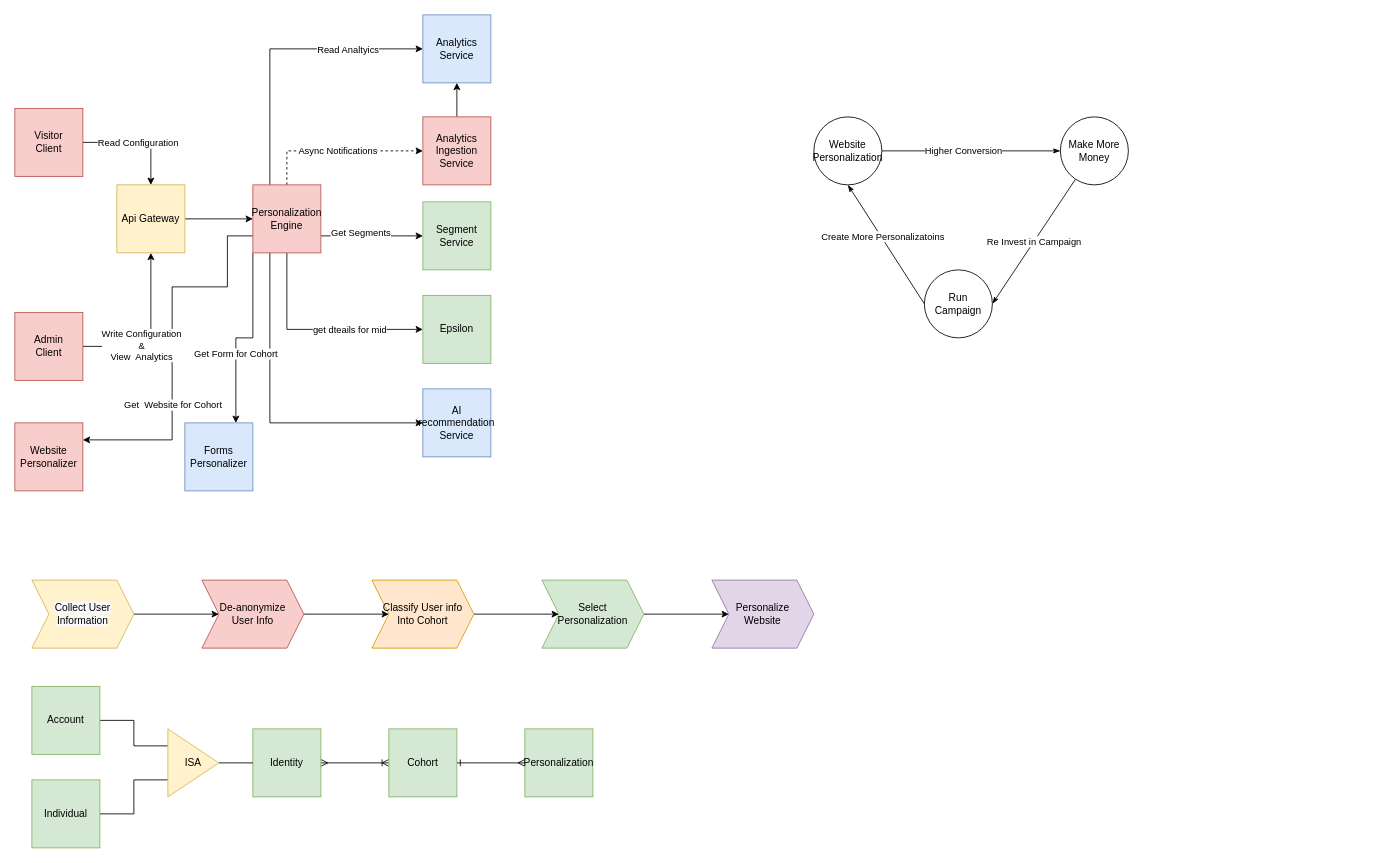
Earlier version of the draw.io diagram page "website personalization" (1 of 3) of Untitled Diagram.drawio (DogaCUlupinar/Compiler). Source tidied: cells renumbered, new cells numbered last; positions are measured from the earlier drawing's top-left corner, leaving out a move shared by most shapes. Both pictures are drawn from the tidied source at 85%, with x=0, y=0 at pixel (14, 14).
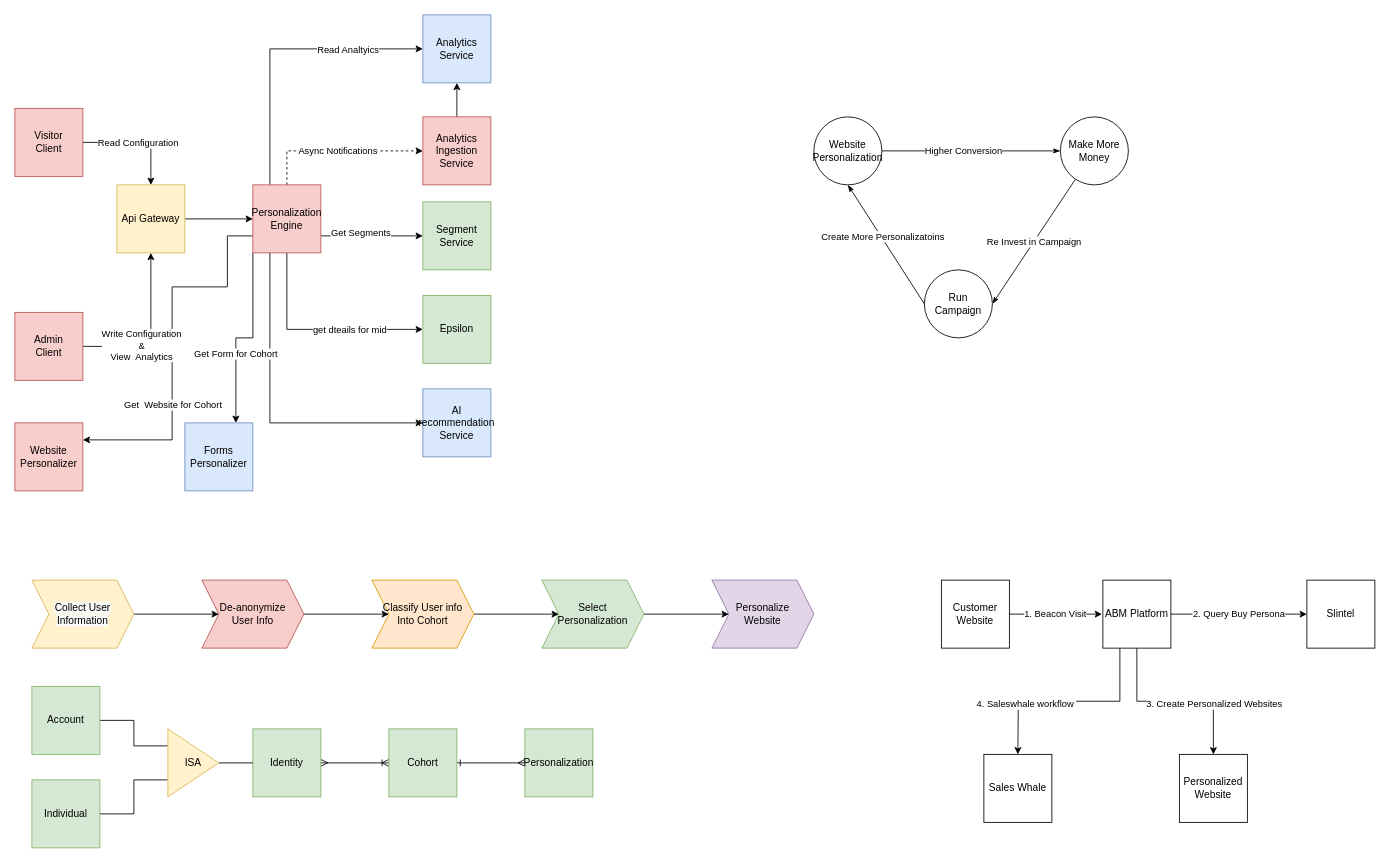
After the change.

Change to the diagram source:
```diff
@@
+    <mxCell id="59" value="1. Beacon Visit" style="edgeStyle=orthogonalEdgeStyle;rounded=0;orthogonalLoop=1;jettySize=auto;html=1;" parent="1" edge="1">
+      <mxGeometry relative="1" as="geometry">
+        <mxPoint x="1169" y="705" as="sourcePoint" />
+        <mxPoint x="1279" y="705" as="targetPoint" />
+      </mxGeometry>
+    </mxCell>
+    <mxCell id="60" value="Customer&lt;br&gt;Website" style="whiteSpace=wrap;html=1;" parent="1" vertex="1">
+      <mxGeometry x="1090" y="665" width="80" height="80" as="geometry" />
+    </mxCell>
+    <mxCell id="61" value="2. Query Buy Persona" style="edgeStyle=orthogonalEdgeStyle;rounded=0;jettySize=auto;html=1;" parent="1" edge="1" source="66" target="67">
+      <mxGeometry relative="1" as="geometry" />
+    </mxCell>
+    <mxCell id="62" style="edgeStyle=orthogonalEdgeStyle;rounded=0;jettySize=auto;html=1;exitX=0.5;exitY=1;exitDx=0;exitDy=0;" parent="1" edge="1" source="66" target="68">
+      <mxGeometry relative="1" as="geometry" />
+    </mxCell>
+    <mxCell id="63" value="3. Create Personalized Websites" style="edgeLabel;html=1;align=center;verticalAlign=middle;" parent="62" vertex="1">
+      <mxGeometry x="-0.11" y="2" relative="1" as="geometry">
+        <mxPoint x="57" y="5" as="offset" />
+      </mxGeometry>
+    </mxCell>
+    <mxCell id="64" style="edgeStyle=orthogonalEdgeStyle;rounded=0;jettySize=auto;html=1;exitX=0.25;exitY=1;exitDx=0;exitDy=0;" parent="1" edge="1" source="66">
+      <mxGeometry relative="1" as="geometry">
+        <mxPoint x="1180" y="870" as="targetPoint" />
+      </mxGeometry>
+    </mxCell>
+    <mxCell id="65" value="4. Saleswhale workflow&amp;nbsp;" style="edgeLabel;html=1;align=center;verticalAlign=middle;" parent="64" vertex="1">
+      <mxGeometry x="0.42" y="3" relative="1" as="geometry">
+        <mxPoint x="1" as="offset" />
+      </mxGeometry>
+    </mxCell>
+    <mxCell id="66" value="ABM Platform" style="whiteSpace=wrap;html=1;" parent="1" vertex="1">
+      <mxGeometry x="1280" y="665" width="80" height="80" as="geometry" />
+    </mxCell>
+    <mxCell id="67" value="Slintel" style="whiteSpace=wrap;html=1;" parent="1" vertex="1">
+      <mxGeometry x="1520" y="665" width="80" height="80" as="geometry" />
+    </mxCell>
+    <mxCell id="68" value="Personalized&lt;br&gt;Website" style="whiteSpace=wrap;html=1;" parent="1" vertex="1">
+      <mxGeometry x="1370" y="870" width="80" height="80" as="geometry" />
+    </mxCell>
+    <mxCell id="69" value="Sales Whale" style="whiteSpace=wrap;html=1;" parent="1" vertex="1">
+      <mxGeometry x="1140" y="870" width="80" height="80" as="geometry" />
+    </mxCell>
```
